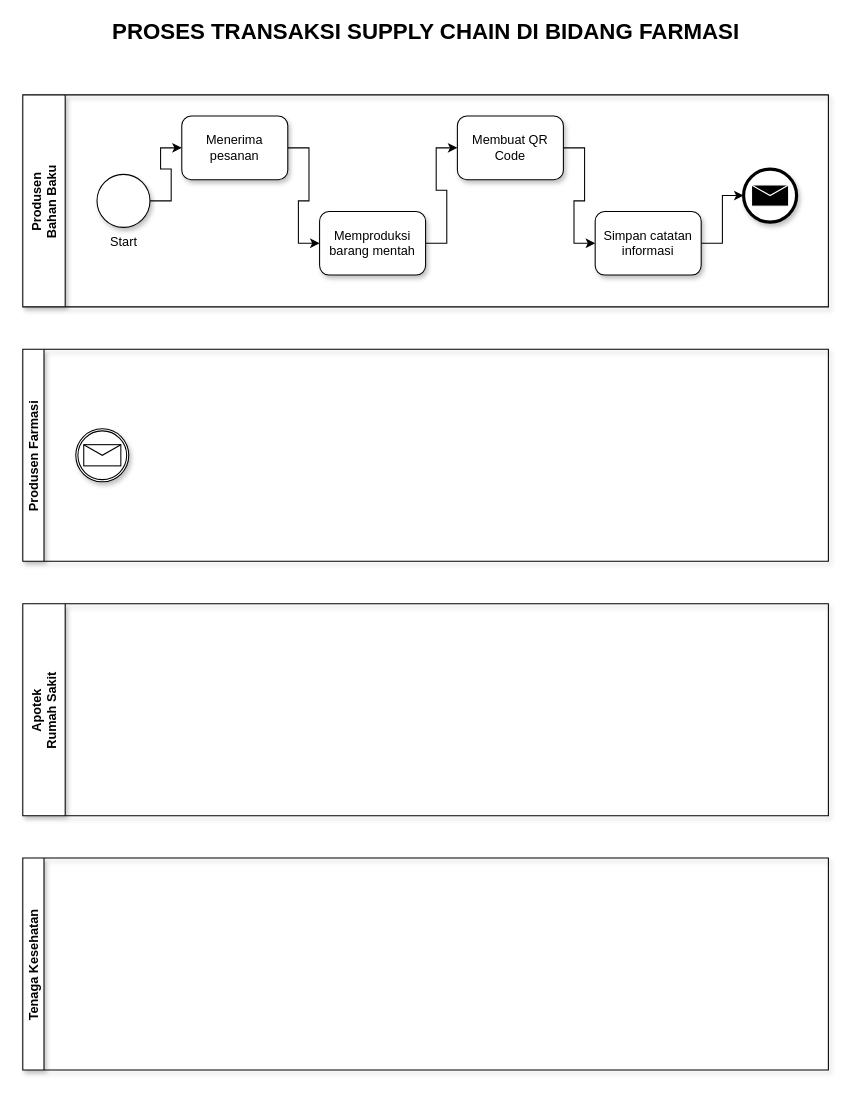
Above: Tugas/BPMN4.drawio in kucingtakucin/Proses-Bisnis-dan-SIM (draw.io), before the change. Source tidied: cells renumbered, new cells numbered last; positions are measured from the earlier drawing's top-left corner, leaving out a move shared by most shapes. Both pictures are drawn from the tidied source at 106%, with x=0, y=0 at pixel (22, 20).
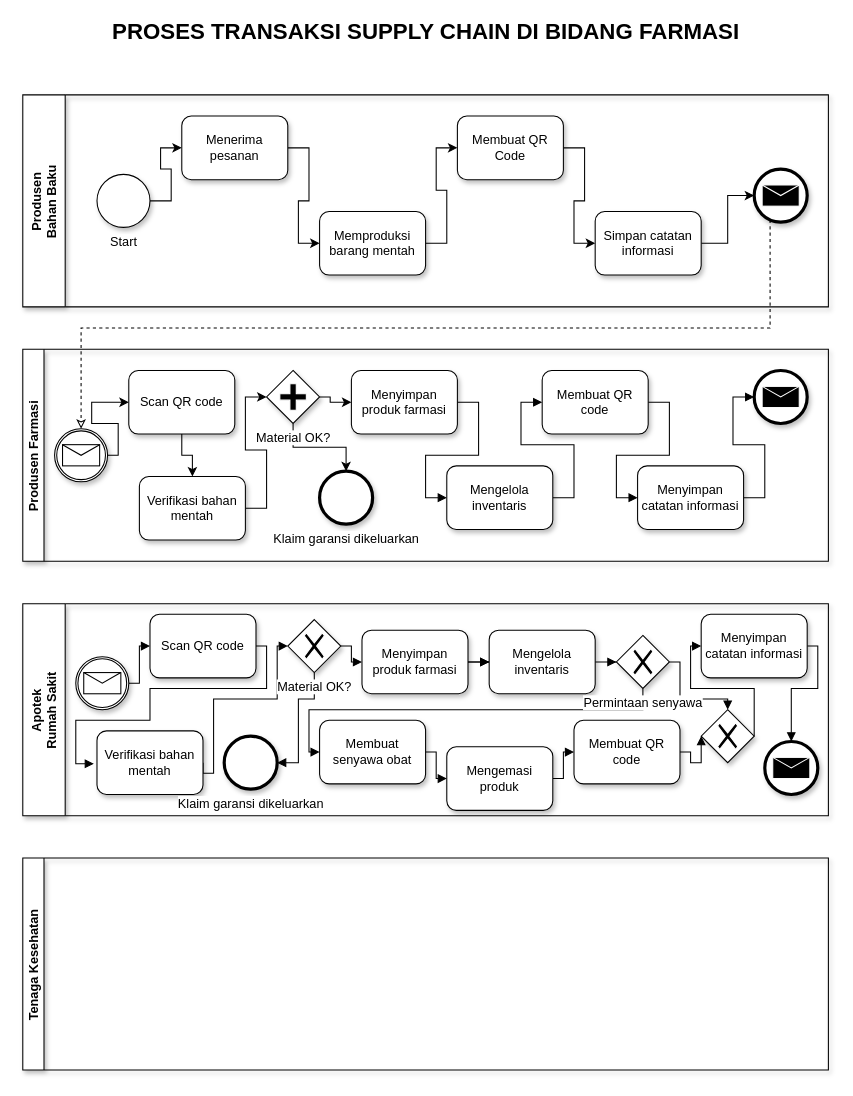
After the change.

The edit, as a diff of the source:
```diff
@@
+    <mxCell id="19" style="edgeStyle=orthogonalEdgeStyle;rounded=0;jettySize=auto;html=1;endArrow=classic;endFill=0;dashed=1;" parent="1" edge="1" source="17" target="18">
+      <mxGeometry relative="1" as="geometry">
+        <Array as="points">
+          <mxPoint x="705" y="290" />
+          <mxPoint x="55" y="290" />
+        </Array>
+      </mxGeometry>
+    </mxCell>
     <mxCell id="17" style="shape=mxgraph.bpmn.shape;html=1;verticalLabelPosition=bottom;labelBackgroundColor=#ffffff;verticalAlign=top;align=center;perimeter=ellipsePerimeter;outlineConnect=0;outline=end;symbol=message;shadow=1;" parent="1" vertex="1">
-      <mxGeometry x="680" y="140" width="50" height="50" as="geometry" />
+      <mxGeometry x="690" y="140" width="50" height="50" as="geometry" />
     </mxCell>
+    <mxCell id="20" style="edgeStyle=orthogonalEdgeStyle;rounded=0;jettySize=auto;html=1;endArrow=classic;endFill=1;" parent="1" edge="1" source="18" target="22">
+      <mxGeometry relative="1" as="geometry">
+        <Array as="points">
+          <mxPoint x="90" y="410" />
+          <mxPoint x="90" y="380" />
+          <mxPoint x="65" y="380" />
+          <mxPoint x="65" y="360" />
+        </Array>
+      </mxGeometry>
+    </mxCell>
     <mxCell id="18" style="shape=mxgraph.bpmn.shape;html=1;verticalLabelPosition=bottom;labelBackgroundColor=#ffffff;verticalAlign=top;align=center;perimeter=ellipsePerimeter;outlineConnect=0;outline=catching;symbol=message;shadow=1;" parent="1" vertex="1">
-      <mxGeometry x="50" y="385" width="50" height="50" as="geometry" />
+      <mxGeometry x="30" y="385" width="50" height="50" as="geometry" />
     </mxCell>
+    <mxCell id="21" style="edgeStyle=orthogonalEdgeStyle;rounded=0;jettySize=auto;html=1;endArrow=classic;endFill=1;" parent="1" edge="1" source="22" target="27">
+      <mxGeometry relative="1" as="geometry" />
+    </mxCell>
+    <mxCell id="22" value="Scan QR code" style="shape=ext;rounded=1;html=1;whiteSpace=wrap;shadow=1;" parent="1" vertex="1">
+      <mxGeometry x="100" y="330" width="100" height="60" as="geometry" />
+    </mxCell>
+    <mxCell id="23" style="edgeStyle=orthogonalEdgeStyle;rounded=0;jettySize=auto;html=1;endArrow=classic;endFill=1;entryX=0;entryY=0.5;entryDx=0;entryDy=0;" parent="1" edge="1" source="25" target="29">
+      <mxGeometry relative="1" as="geometry">
+        <Array as="points">
+          <mxPoint x="290" y="355" />
+          <mxPoint x="290" y="360" />
+        </Array>
+      </mxGeometry>
+    </mxCell>
+    <mxCell id="24" style="edgeStyle=orthogonalEdgeStyle;rounded=0;jettySize=auto;html=1;endArrow=classic;endFill=1;" parent="1" edge="1" source="25" target="36">
+      <mxGeometry relative="1" as="geometry" />
+    </mxCell>
+    <mxCell id="25" value="Material OK?" style="shape=mxgraph.bpmn.shape;html=1;verticalLabelPosition=bottom;labelBackgroundColor=#ffffff;verticalAlign=top;align=center;perimeter=rhombusPerimeter;background=gateway;outlineConnect=0;outline=none;symbol=parallelGw;shadow=1;" parent="1" vertex="1">
+      <mxGeometry x="230" y="330" width="50" height="50" as="geometry" />
+    </mxCell>
+    <mxCell id="26" style="edgeStyle=orthogonalEdgeStyle;rounded=0;jettySize=auto;html=1;entryX=0;entryY=0.5;entryDx=0;entryDy=0;endArrow=classic;endFill=1;" parent="1" edge="1" source="27" target="25">
+      <mxGeometry relative="1" as="geometry" />
+    </mxCell>
+    <mxCell id="27" value="Verifikasi bahan mentah" style="shape=ext;rounded=1;html=1;whiteSpace=wrap;shadow=1;" parent="1" vertex="1">
+      <mxGeometry x="110" y="430" width="100" height="60" as="geometry" />
+    </mxCell>
+    <mxCell id="28" style="edgeStyle=orthogonalEdgeStyle;rounded=0;jettySize=auto;html=1;entryX=0;entryY=0.5;entryDx=0;entryDy=0;endArrow=block;endFill=1;exitX=1;exitY=0.5;exitDx=0;exitDy=0;" parent="1" edge="1" source="29" target="31">
+      <mxGeometry relative="1" as="geometry" />
+    </mxCell>
+    <mxCell id="29" value="Menyimpan produk farmasi" style="shape=ext;rounded=1;html=1;whiteSpace=wrap;shadow=1;" parent="1" vertex="1">
+      <mxGeometry x="310" y="330" width="100" height="60" as="geometry" />
+    </mxCell>
+    <mxCell id="30" style="edgeStyle=orthogonalEdgeStyle;rounded=0;jettySize=auto;html=1;entryX=0;entryY=0.5;entryDx=0;entryDy=0;endArrow=block;endFill=1;exitX=1;exitY=0.5;exitDx=0;exitDy=0;" parent="1" edge="1" source="31" target="33">
+      <mxGeometry relative="1" as="geometry" />
+    </mxCell>
+    <mxCell id="31" value="Mengelola inventaris" style="shape=ext;rounded=1;html=1;whiteSpace=wrap;shadow=1;" parent="1" vertex="1">
+      <mxGeometry x="400" y="420" width="100" height="60" as="geometry" />
+    </mxCell>
+    <mxCell id="32" style="edgeStyle=orthogonalEdgeStyle;rounded=0;jettySize=auto;html=1;entryX=0;entryY=0.5;entryDx=0;entryDy=0;endArrow=block;endFill=1;exitX=1;exitY=0.5;exitDx=0;exitDy=0;" parent="1" edge="1" source="33" target="35">
+      <mxGeometry relative="1" as="geometry" />
+    </mxCell>
+    <mxCell id="33" value="Membuat QR code" style="shape=ext;rounded=1;html=1;whiteSpace=wrap;shadow=1;" parent="1" vertex="1">
+      <mxGeometry x="490" y="330" width="100" height="60" as="geometry" />
+    </mxCell>
+    <mxCell id="34" style="edgeStyle=orthogonalEdgeStyle;rounded=0;jettySize=auto;html=1;entryX=0;entryY=0.5;entryDx=0;entryDy=0;endArrow=block;endFill=1;exitX=1;exitY=0.5;exitDx=0;exitDy=0;" parent="1" edge="1" source="35" target="37">
+      <mxGeometry relative="1" as="geometry" />
+    </mxCell>
+    <mxCell id="35" value="Menyimpan catatan informasi" style="shape=ext;rounded=1;html=1;whiteSpace=wrap;shadow=1;" parent="1" vertex="1">
+      <mxGeometry x="580" y="420" width="100" height="60" as="geometry" />
+    </mxCell>
+    <mxCell id="36" value="Klaim garansi dikeluarkan" style="shape=mxgraph.bpmn.shape;html=1;verticalLabelPosition=bottom;labelBackgroundColor=#ffffff;verticalAlign=top;align=center;perimeter=ellipsePerimeter;outlineConnect=0;outline=end;symbol=general;shadow=1;" parent="1" vertex="1">
+      <mxGeometry x="280" y="425" width="50" height="50" as="geometry" />
+    </mxCell>
+    <mxCell id="37" style="shape=mxgraph.bpmn.shape;html=1;verticalLabelPosition=bottom;labelBackgroundColor=#ffffff;verticalAlign=top;align=center;perimeter=ellipsePerimeter;outlineConnect=0;outline=end;symbol=message;shadow=1;" parent="1" vertex="1">
+      <mxGeometry x="690" y="330" width="50" height="50" as="geometry" />
+    </mxCell>
+    <mxCell id="38" style="edgeStyle=orthogonalEdgeStyle;rounded=0;jettySize=auto;html=1;endArrow=block;endFill=1;exitX=1;exitY=0.5;exitDx=0;exitDy=0;" parent="1" edge="1" source="39" target="41">
+      <mxGeometry relative="1" as="geometry">
+        <Array as="points">
+          <mxPoint x="110" y="625" />
+          <mxPoint x="110" y="590" />
+        </Array>
+      </mxGeometry>
+    </mxCell>
+    <mxCell id="39" style="shape=mxgraph.bpmn.shape;html=1;verticalLabelPosition=bottom;labelBackgroundColor=#ffffff;verticalAlign=top;align=center;perimeter=ellipsePerimeter;outlineConnect=0;outline=catching;symbol=message;shadow=1;" parent="1" vertex="1">
+      <mxGeometry x="50" y="600" width="50" height="50" as="geometry" />
+    </mxCell>
+    <mxCell id="40" style="edgeStyle=orthogonalEdgeStyle;rounded=0;jettySize=auto;html=1;endArrow=block;endFill=1;exitX=1;exitY=0.5;exitDx=0;exitDy=0;" parent="1" edge="1" source="41">
+      <mxGeometry relative="1" as="geometry">
+        <mxPoint x="67" y="701" as="targetPoint" />
+        <Array as="points">
+          <mxPoint x="230" y="590" />
+          <mxPoint x="230" y="630" />
+          <mxPoint x="120" y="630" />
+          <mxPoint x="120" y="660" />
+          <mxPoint x="50" y="660" />
+          <mxPoint x="50" y="701" />
+        </Array>
+      </mxGeometry>
+    </mxCell>
+    <mxCell id="41" value="Scan QR code" style="shape=ext;rounded=1;html=1;whiteSpace=wrap;shadow=1;" parent="1" vertex="1">
+      <mxGeometry x="120" y="560" width="100" height="60" as="geometry" />
+    </mxCell>
+    <mxCell id="42" style="edgeStyle=orthogonalEdgeStyle;rounded=0;jettySize=auto;html=1;endArrow=block;endFill=1;exitX=1;exitY=0.5;exitDx=0;exitDy=0;" parent="1" edge="1" source="43" target="65">
+      <mxGeometry relative="1" as="geometry">
+        <Array as="points">
+          <mxPoint x="170" y="710" />
+          <mxPoint x="180" y="710" />
+          <mxPoint x="180" y="640" />
+          <mxPoint x="240" y="640" />
+          <mxPoint x="240" y="590" />
+        </Array>
+      </mxGeometry>
+    </mxCell>
+    <mxCell id="43" value="Verifikasi bahan mentah" style="shape=ext;rounded=1;html=1;whiteSpace=wrap;shadow=1;" parent="1" vertex="1">
+      <mxGeometry x="70" y="670" width="100" height="60" as="geometry" />
+    </mxCell>
+    <mxCell id="44" style="edgeStyle=orthogonalEdgeStyle;rounded=0;jettySize=auto;html=1;endArrow=block;endFill=1;" parent="1" edge="1" source="65" target="49">
+      <mxGeometry relative="1" as="geometry">
+        <Array as="points">
+          <mxPoint x="310" y="590" />
+          <mxPoint x="310" y="605" />
+        </Array>
+      </mxGeometry>
+    </mxCell>
+    <mxCell id="45" style="edgeStyle=orthogonalEdgeStyle;rounded=0;jettySize=auto;html=1;endArrow=block;endFill=1;" parent="1" edge="1" source="65" target="46">
+      <mxGeometry relative="1" as="geometry">
+        <Array as="points">
+          <mxPoint x="275" y="640" />
+          <mxPoint x="260" y="640" />
+          <mxPoint x="260" y="700" />
+        </Array>
+      </mxGeometry>
+    </mxCell>
+    <mxCell id="46" value="Klaim garansi dikeluarkan" style="shape=mxgraph.bpmn.shape;html=1;verticalLabelPosition=bottom;labelBackgroundColor=#ffffff;verticalAlign=top;align=center;perimeter=ellipsePerimeter;outlineConnect=0;outline=end;symbol=general;shadow=1;" parent="1" vertex="1">
+      <mxGeometry x="190" y="675" width="50" height="50" as="geometry" />
+    </mxCell>
+    <mxCell id="47" style="edgeStyle=orthogonalEdgeStyle;rounded=0;jettySize=auto;html=1;endArrow=block;endFill=1;" parent="1" edge="1" source="49" target="51">
+      <mxGeometry relative="1" as="geometry" />
+    </mxCell>
+    <mxCell id="48" style="edgeStyle=orthogonalEdgeStyle;rounded=0;jettySize=auto;html=1;endArrow=block;endFill=1;" parent="1" edge="1" source="49" target="51">
+      <mxGeometry relative="1" as="geometry" />
+    </mxCell>
+    <mxCell id="49" value="Menyimpan produk farmasi" style="shape=ext;rounded=1;html=1;whiteSpace=wrap;shadow=1;" parent="1" vertex="1">
+      <mxGeometry x="320" y="575" width="100" height="60" as="geometry" />
+    </mxCell>
+    <mxCell id="50" style="edgeStyle=orthogonalEdgeStyle;rounded=0;jettySize=auto;html=1;endArrow=block;endFill=1;" parent="1" edge="1" source="51" target="66">
+      <mxGeometry relative="1" as="geometry" />
+    </mxCell>
+    <mxCell id="51" value="Mengelola inventaris" style="shape=ext;rounded=1;html=1;whiteSpace=wrap;shadow=1;" parent="1" vertex="1">
+      <mxGeometry x="440" y="575" width="100" height="60" as="geometry" />
+    </mxCell>
+    <mxCell id="52" style="edgeStyle=orthogonalEdgeStyle;rounded=0;jettySize=auto;html=1;entryX=0;entryY=0.5;entryDx=0;entryDy=0;endArrow=block;endFill=1;" parent="1" edge="1" source="53" target="64">
+      <mxGeometry relative="1" as="geometry">
+        <Array as="points">
+          <mxPoint x="630" y="690" />
+          <mxPoint x="630" y="700" />
+          <mxPoint x="640" y="700" />
+        </Array>
+      </mxGeometry>
+    </mxCell>
+    <mxCell id="53" value="Membuat QR code" style="shape=ext;rounded=1;html=1;whiteSpace=wrap;shadow=1;" parent="1" vertex="1">
+      <mxGeometry x="520" y="660" width="100" height="60" as="geometry" />
+    </mxCell>
+    <mxCell id="54" style="edgeStyle=orthogonalEdgeStyle;rounded=0;jettySize=auto;html=1;endArrow=block;endFill=1;exitX=1;exitY=0.5;exitDx=0;exitDy=0;" parent="1" edge="1" source="55" target="56">
+      <mxGeometry relative="1" as="geometry">
+        <Array as="points">
+          <mxPoint x="750" y="590" />
+          <mxPoint x="750" y="630" />
+          <mxPoint x="725" y="630" />
+        </Array>
+      </mxGeometry>
+    </mxCell>
+    <mxCell id="55" value="Menyimpan catatan informasi" style="shape=ext;rounded=1;html=1;whiteSpace=wrap;shadow=1;" parent="1" vertex="1">
+      <mxGeometry x="640" y="560" width="100" height="60" as="geometry" />
+    </mxCell>
+    <mxCell id="56" style="shape=mxgraph.bpmn.shape;html=1;verticalLabelPosition=bottom;labelBackgroundColor=#ffffff;verticalAlign=top;align=center;perimeter=ellipsePerimeter;outlineConnect=0;outline=end;symbol=message;shadow=1;" parent="1" vertex="1">
+      <mxGeometry x="700" y="680" width="50" height="50" as="geometry" />
+    </mxCell>
+    <mxCell id="57" style="edgeStyle=orthogonalEdgeStyle;rounded=0;jettySize=auto;html=1;endArrow=block;endFill=1;entryX=0;entryY=0.5;entryDx=0;entryDy=0;" parent="1" edge="1" source="58" target="53">
+      <mxGeometry relative="1" as="geometry">
+        <Array as="points">
+          <mxPoint x="510" y="715" />
+          <mxPoint x="510" y="690" />
+        </Array>
+      </mxGeometry>
+    </mxCell>
+    <mxCell id="58" value="Mengemasi produk " style="shape=ext;rounded=1;html=1;whiteSpace=wrap;shadow=1;" parent="1" vertex="1">
+      <mxGeometry x="400" y="685" width="100" height="60" as="geometry" />
+    </mxCell>
+    <mxCell id="59" style="edgeStyle=orthogonalEdgeStyle;rounded=0;jettySize=auto;html=1;endArrow=block;endFill=1;entryX=0;entryY=0.5;entryDx=0;entryDy=0;" parent="1" edge="1" source="60" target="58">
+      <mxGeometry relative="1" as="geometry">
+        <Array as="points">
+          <mxPoint x="390" y="690" />
+          <mxPoint x="390" y="715" />
+        </Array>
+      </mxGeometry>
+    </mxCell>
+    <mxCell id="60" value="Membuat senyawa obat" style="shape=ext;rounded=1;html=1;whiteSpace=wrap;shadow=1;" parent="1" vertex="1">
+      <mxGeometry x="280" y="660" width="100" height="60" as="geometry" />
+    </mxCell>
+    <mxCell id="61" style="edgeStyle=orthogonalEdgeStyle;rounded=0;jettySize=auto;html=1;entryX=0;entryY=0.5;entryDx=0;entryDy=0;endArrow=block;endFill=1;" parent="1" edge="1" source="66" target="60">
+      <mxGeometry relative="1" as="geometry">
+        <Array as="points">
+          <mxPoint x="585" y="650" />
+          <mxPoint x="270" y="650" />
+          <mxPoint x="270" y="690" />
+        </Array>
+      </mxGeometry>
+    </mxCell>
+    <mxCell id="62" style="edgeStyle=orthogonalEdgeStyle;rounded=0;jettySize=auto;html=1;endArrow=block;endFill=1;entryX=0.5;entryY=0;entryDx=0;entryDy=0;" parent="1" edge="1" source="66" target="64">
+      <mxGeometry relative="1" as="geometry">
+        <Array as="points">
+          <mxPoint x="620" y="605" />
+          <mxPoint x="620" y="640" />
+          <mxPoint x="665" y="640" />
+        </Array>
+      </mxGeometry>
+    </mxCell>
+    <mxCell id="63" style="edgeStyle=orthogonalEdgeStyle;rounded=0;jettySize=auto;html=1;entryX=0;entryY=0.5;entryDx=0;entryDy=0;endArrow=block;endFill=1;exitX=1;exitY=0.5;exitDx=0;exitDy=0;" parent="1" edge="1" source="64" target="55">
+      <mxGeometry relative="1" as="geometry">
+        <Array as="points">
+          <mxPoint x="690" y="630" />
+          <mxPoint x="630" y="630" />
+          <mxPoint x="630" y="590" />
+        </Array>
+      </mxGeometry>
+    </mxCell>
+    <mxCell id="64" style="shape=mxgraph.bpmn.shape;html=1;verticalLabelPosition=bottom;labelBackgroundColor=#ffffff;verticalAlign=top;align=center;perimeter=rhombusPerimeter;background=gateway;outlineConnect=0;outline=none;symbol=exclusiveGw;shadow=1;" parent="1" vertex="1">
+      <mxGeometry x="640" y="650" width="50" height="50" as="geometry" />
+    </mxCell>
+    <mxCell id="65" value="Material OK?" style="shape=mxgraph.bpmn.shape;html=1;verticalLabelPosition=bottom;labelBackgroundColor=#ffffff;verticalAlign=top;align=center;perimeter=rhombusPerimeter;background=gateway;outlineConnect=0;outline=none;symbol=exclusiveGw;shadow=1;" parent="1" vertex="1">
+      <mxGeometry x="250" y="565" width="50" height="50" as="geometry" />
+    </mxCell>
+    <mxCell id="66" value="Permintaan senyawa" style="shape=mxgraph.bpmn.shape;html=1;verticalLabelPosition=bottom;labelBackgroundColor=#ffffff;verticalAlign=top;align=center;perimeter=rhombusPerimeter;background=gateway;outlineConnect=0;outline=none;symbol=exclusiveGw;shadow=1;" parent="1" vertex="1">
+      <mxGeometry x="560" y="580" width="50" height="50" as="geometry" />
+    </mxCell>
```
